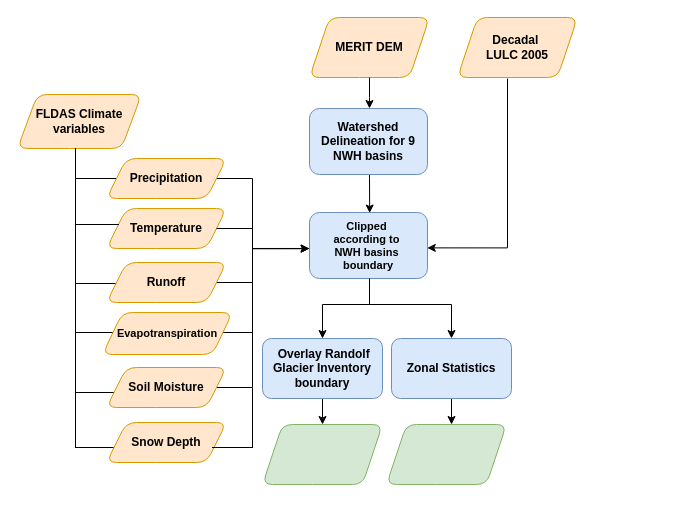
Above: NWH_Flowchart.drawio in rachitiirs/IIRS_WRD_JRF (draw.io), before the change. Source tidied: cells renumbered, new cells numbered last; positions are measured from the earlier drawing's top-left corner, leaving out a move shared by most shapes. Both pictures are drawn from the tidied source at 100%, with x=0, y=0 at pixel (17, 17).
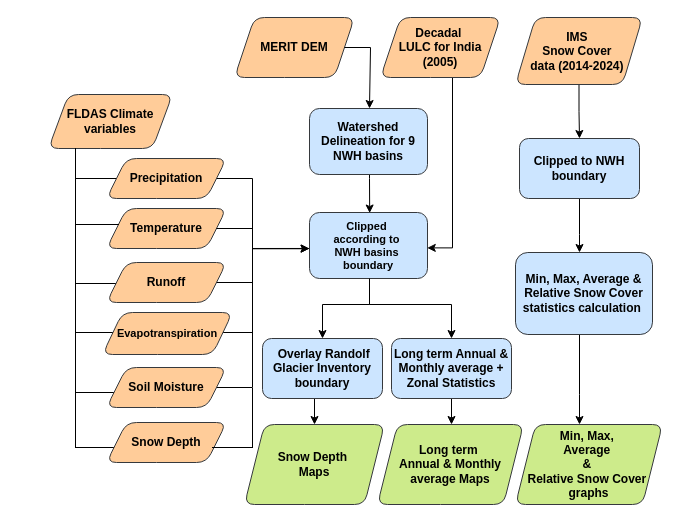
The same diagram, later.

Diff of the diagram source:
```diff
@@
-    <mxCell id="2" value="FLDAS Climate variables" style="shape=parallelogram;perimeter=parallelogramPerimeter;whiteSpace=wrap;html=1;fixedSize=1;rounded=1;glass=0;strokeWidth=1;shadow=0;fillColor=#ffe6cc;strokeColor=#d79b00;fontStyle=1;" parent="1" vertex="1">
-      <mxGeometry y="77" width="124" height="54" as="geometry" />
+    <mxCell id="2" value="FLDAS Climate variables" style="shape=parallelogram;perimeter=parallelogramPerimeter;whiteSpace=wrap;html=1;fixedSize=1;rounded=1;glass=0;strokeWidth=1;shadow=0;fillColor=#ffcc99;strokeColor=#36393d;fontStyle=1;" parent="1" vertex="1">
+      <mxGeometry x="31" y="77" width="124" height="54" as="geometry" />
     </mxCell>
@@
-    <mxCell id="5" value="Precipitation" style="shape=parallelogram;perimeter=parallelogramPerimeter;whiteSpace=wrap;html=1;fixedSize=1;rounded=1;glass=0;strokeWidth=1;shadow=0;fillColor=#ffe6cc;strokeColor=#d79b00;fontStyle=1;" parent="1" vertex="1">
+    <mxCell id="5" value="Precipitation" style="shape=parallelogram;perimeter=parallelogramPerimeter;whiteSpace=wrap;html=1;fixedSize=1;rounded=1;glass=0;strokeWidth=1;shadow=0;fillColor=#ffcc99;strokeColor=#36393d;fontStyle=1;" parent="1" vertex="1">
       <mxGeometry x="89" y="141" width="120" height="40" as="geometry" />
     </mxCell>
-    <mxCell id="6" value="Temperature" style="shape=parallelogram;perimeter=parallelogramPerimeter;whiteSpace=wrap;html=1;fixedSize=1;rounded=1;glass=0;strokeWidth=1;shadow=0;fillColor=#ffe6cc;strokeColor=#d79b00;fontStyle=1;" parent="1" vertex="1">
+    <mxCell id="6" value="Temperature" style="shape=parallelogram;perimeter=parallelogramPerimeter;whiteSpace=wrap;html=1;fixedSize=1;rounded=1;glass=0;strokeWidth=1;shadow=0;fillColor=#ffcc99;strokeColor=#36393d;fontStyle=1;" parent="1" vertex="1">
       <mxGeometry x="89" y="191" width="120" height="40" as="geometry" />
     </mxCell>
@@
-    <mxCell id="9" value="Runoff" style="shape=parallelogram;perimeter=parallelogramPerimeter;whiteSpace=wrap;html=1;fixedSize=1;rounded=1;glass=0;strokeWidth=1;shadow=0;fillColor=#ffe6cc;strokeColor=#d79b00;fontStyle=1;" parent="1" vertex="1">
+    <mxCell id="9" value="Runoff" style="shape=parallelogram;perimeter=parallelogramPerimeter;whiteSpace=wrap;html=1;fixedSize=1;rounded=1;glass=0;strokeWidth=1;shadow=0;fillColor=#ffcc99;strokeColor=#36393d;fontStyle=1;" parent="1" vertex="1">
       <mxGeometry x="89" y="245" width="120" height="40" as="geometry" />
     </mxCell>
@@
-    <mxCell id="12" value="&lt;font style=&quot;font-size: 11px;&quot;&gt;Evapotranspiration&lt;/font&gt;" style="shape=parallelogram;perimeter=parallelogramPerimeter;whiteSpace=wrap;html=1;fixedSize=1;rounded=1;glass=0;strokeWidth=1;shadow=0;fillColor=#ffe6cc;strokeColor=#d79b00;fontStyle=1;" parent="1" vertex="1">
+    <mxCell id="12" value="&lt;font style=&quot;font-size: 11px;&quot;&gt;Evapotranspiration&lt;/font&gt;" style="shape=parallelogram;perimeter=parallelogramPerimeter;whiteSpace=wrap;html=1;fixedSize=1;rounded=1;glass=0;strokeWidth=1;shadow=0;fillColor=#ffcc99;strokeColor=#36393d;fontStyle=1;" parent="1" vertex="1">
       <mxGeometry x="85" y="295" width="130" height="42" as="geometry" />
     </mxCell>
@@
-    <mxCell id="15" value="Soil Moisture" style="shape=parallelogram;perimeter=parallelogramPerimeter;whiteSpace=wrap;html=1;fixedSize=1;rounded=1;glass=0;strokeWidth=1;shadow=0;fillColor=#ffe6cc;strokeColor=#d79b00;fontStyle=1;" parent="1" vertex="1">
+    <mxCell id="15" value="Soil Moisture" style="shape=parallelogram;perimeter=parallelogramPerimeter;whiteSpace=wrap;html=1;fixedSize=1;rounded=1;glass=0;strokeWidth=1;shadow=0;fillColor=#ffcc99;strokeColor=#36393d;fontStyle=1;" parent="1" vertex="1">
       <mxGeometry x="89" y="350" width="120" height="40" as="geometry" />
     </mxCell>
@@
-    <mxCell id="19" style="shape=parallelogram;perimeter=parallelogramPerimeter;whiteSpace=wrap;html=1;fixedSize=1;rounded=1;glass=0;strokeWidth=1;shadow=0;fillColor=#d5e8d4;strokeColor=#82b366;fontStyle=1;" parent="1" vertex="1">
-      <mxGeometry x="369" y="407" width="120" height="60" as="geometry" />
+    <mxCell id="19" value="Long term&amp;nbsp;&lt;div&gt;Annual &amp;amp; Monthly average Maps&lt;/div&gt;" style="shape=parallelogram;perimeter=parallelogramPerimeter;whiteSpace=wrap;html=1;fixedSize=1;rounded=1;glass=0;strokeWidth=1;shadow=0;fillColor=#cdeb8b;strokeColor=#36393d;fontStyle=1;" parent="1" vertex="1">
+      <mxGeometry x="360" y="407" width="146" height="80" as="geometry" />
     </mxCell>
-    <mxCell id="20" style="edgeStyle=orthogonalEdgeStyle;rounded=0;jettySize=auto;html=1;entryX=0.542;entryY=0;entryDx=0;entryDy=0;entryPerimeter=0;fontStyle=1;" parent="1" edge="1" source="21" target="19">
-      <mxGeometry relative="1" as="geometry" />
-    </mxCell>
+    <mxCell id="37" style="edgeStyle=orthogonalEdgeStyle;rounded=0;jettySize=auto;html=1;" parent="1" edge="1" source="21">
+      <mxGeometry relative="1" as="geometry">
+        <mxPoint x="434" y="407" as="targetPoint" />
+        <Array as="points">
+          <mxPoint x="434" y="407" />
+        </Array>
+      </mxGeometry>
+    </mxCell>
-    <mxCell id="21" value="Zonal Statistics" style="whiteSpace=wrap;html=1;rounded=1;glass=0;strokeWidth=1;shadow=0;fillColor=#dae8fc;strokeColor=#6c8ebf;fontStyle=1;" parent="1" vertex="1">
+    <mxCell id="21" value="Long term Annual &amp;amp; Monthly average + Zonal Statistics" style="whiteSpace=wrap;html=1;rounded=1;glass=0;strokeWidth=1;shadow=0;fillColor=#cce5ff;strokeColor=#36393d;fontStyle=1;" parent="1" vertex="1">
       <mxGeometry x="374" y="321" width="120" height="60" as="geometry" />
     </mxCell>
@@
-    <mxCell id="23" value="Snow Depth" style="shape=parallelogram;perimeter=parallelogramPerimeter;whiteSpace=wrap;html=1;fixedSize=1;rounded=1;glass=0;strokeWidth=1;shadow=0;fillColor=#ffe6cc;strokeColor=#d79b00;fontStyle=1;" parent="1" vertex="1">
+    <mxCell id="23" value="Snow Depth" style="shape=parallelogram;perimeter=parallelogramPerimeter;whiteSpace=wrap;html=1;fixedSize=1;rounded=1;glass=0;strokeWidth=1;shadow=0;fillColor=#ffcc99;strokeColor=#36393d;fontStyle=1;" parent="1" vertex="1">
       <mxGeometry x="89" y="405" width="120" height="40" as="geometry" />
     </mxCell>
-    <mxCell id="24" style="edgeStyle=orthogonalEdgeStyle;rounded=0;jettySize=auto;html=1;entryX=0.998;entryY=0.536;entryDx=0;entryDy=0;entryPerimeter=0;fontStyle=1;" parent="1" edge="1" target="29">
+    <mxCell id="24" style="edgeStyle=orthogonalEdgeStyle;rounded=0;jettySize=auto;html=1;entryX=0.998;entryY=0.536;entryDx=0;entryDy=0;entryPerimeter=0;fontStyle=1;exitX=0.425;exitY=0.979;exitDx=0;exitDy=0;exitPerimeter=0;" parent="1" edge="1" source="33" target="29">
       <mxGeometry relative="1" as="geometry">
-        <mxPoint x="490" y="61" as="sourcePoint" />
         <Array as="points">
-          <mxPoint x="490" y="231" />
-          <mxPoint x="410" y="231" />
+          <mxPoint x="435" y="59" />
+          <mxPoint x="435" y="230" />
         </Array>
       </mxGeometry>
     </mxCell>
-    <mxCell id="25" style="shape=parallelogram;perimeter=parallelogramPerimeter;whiteSpace=wrap;html=1;fixedSize=1;rounded=1;glass=0;strokeWidth=1;shadow=0;fillColor=#d5e8d4;strokeColor=#82b366;fontStyle=1;" parent="1" vertex="1">
-      <mxGeometry x="245" y="407" width="120" height="60" as="geometry" />
+    <mxCell id="25" value="Snow Depth&amp;nbsp;&lt;div&gt;Maps&lt;/div&gt;" style="shape=parallelogram;perimeter=parallelogramPerimeter;whiteSpace=wrap;html=1;fixedSize=1;rounded=1;glass=0;strokeWidth=1;shadow=0;fillColor=#cdeb8b;strokeColor=#36393d;fontStyle=1;" parent="1" vertex="1">
+      <mxGeometry x="227" y="407" width="140" height="80" as="geometry" />
     </mxCell>
-    <mxCell id="26" value="&lt;div&gt;MERIT DEM&lt;/div&gt;" style="shape=parallelogram;perimeter=parallelogramPerimeter;whiteSpace=wrap;html=1;fixedSize=1;rounded=1;glass=0;strokeWidth=1;shadow=0;fillColor=#ffe6cc;strokeColor=#d79b00;fontStyle=1;" parent="1" vertex="1">
-      <mxGeometry x="292" width="120" height="60" as="geometry" />
+    <mxCell id="26" value="&lt;div&gt;MERIT DEM&lt;/div&gt;" style="shape=parallelogram;perimeter=parallelogramPerimeter;whiteSpace=wrap;html=1;fixedSize=1;rounded=1;glass=0;strokeWidth=1;shadow=0;fillColor=#ffcc99;strokeColor=#36393d;fontStyle=1;" parent="1" vertex="1">
+      <mxGeometry x="217" width="120" height="60" as="geometry" />
     </mxCell>
     <mxCell id="27" style="edgeStyle=orthogonalEdgeStyle;rounded=0;jettySize=auto;html=1;entryX=0.592;entryY=-0.067;entryDx=0;entryDy=0;entryPerimeter=0;fontStyle=1;" parent="1" edge="1" source="26">
       <mxGeometry relative="1" as="geometry">
         <mxPoint x="352" y="91" as="targetPoint" />
+        <Array as="points">
+          <mxPoint x="353" y="30" />
+          <mxPoint x="353" y="91" />
+        </Array>
       </mxGeometry>
     </mxCell>
-    <mxCell id="28" value="Watershed Delineation for 9 NWH basins" style="rounded=1;whiteSpace=wrap;html=1;fontSize=12;glass=0;strokeWidth=1;shadow=0;fillColor=#dae8fc;strokeColor=#6c8ebf;fontStyle=1;" parent="1" vertex="1">
+    <mxCell id="28" value="Watershed Delineation for 9 NWH basins" style="rounded=1;whiteSpace=wrap;html=1;fontSize=12;glass=0;strokeWidth=1;shadow=0;fillColor=#cce5ff;strokeColor=#36393d;fontStyle=1;" parent="1" vertex="1">
       <mxGeometry x="292" y="91" width="118" height="66" as="geometry" />
     </mxCell>
-    <mxCell id="29" value="&lt;font style=&quot;font-size: 11px;&quot;&gt;Clipped&amp;nbsp;&lt;/font&gt;&lt;div style=&quot;font-size: 11px;&quot;&gt;according to&amp;nbsp;&lt;/div&gt;&lt;div style=&quot;font-size: 11px;&quot;&gt;NWH basins&amp;nbsp;&lt;/div&gt;&lt;div style=&quot;font-size: 11px;&quot;&gt;boundary&lt;/div&gt;" style="rounded=1;whiteSpace=wrap;html=1;fontSize=12;glass=0;strokeWidth=1;shadow=0;fillColor=#dae8fc;strokeColor=#6c8ebf;fontStyle=1;" parent="1" vertex="1">
+    <mxCell id="29" value="&lt;font style=&quot;font-size: 11px;&quot;&gt;Clipped&amp;nbsp;&lt;/font&gt;&lt;div style=&quot;font-size: 11px;&quot;&gt;according to&amp;nbsp;&lt;/div&gt;&lt;div style=&quot;font-size: 11px;&quot;&gt;NWH basins&amp;nbsp;&lt;/div&gt;&lt;div style=&quot;font-size: 11px;&quot;&gt;boundary&lt;/div&gt;" style="rounded=1;whiteSpace=wrap;html=1;fontSize=12;glass=0;strokeWidth=1;shadow=0;fillColor=#cce5ff;strokeColor=#36393d;fontStyle=1;" parent="1" vertex="1">
       <mxGeometry x="292" y="195" width="118" height="66" as="geometry" />
     </mxCell>
@@
-    <mxCell id="32" value="&amp;nbsp;Overlay Randolf Glacier Inventory boundary" style="whiteSpace=wrap;html=1;rounded=1;glass=0;strokeWidth=1;shadow=0;fillColor=#dae8fc;strokeColor=#6c8ebf;fontStyle=1;" parent="1" vertex="1">
+    <mxCell id="32" value="&amp;nbsp;Overlay Randolf Glacier Inventory boundary" style="whiteSpace=wrap;html=1;rounded=1;glass=0;strokeWidth=1;shadow=0;fillColor=#cce5ff;strokeColor=#36393d;fontStyle=1;" parent="1" vertex="1">
       <mxGeometry x="245" y="321" width="120" height="60" as="geometry" />
     </mxCell>
-    <mxCell id="33" value="Decadal&amp;nbsp;&lt;div&gt;LULC 2005&lt;/div&gt;" style="shape=parallelogram;perimeter=parallelogramPerimeter;whiteSpace=wrap;html=1;fixedSize=1;rounded=1;glass=0;strokeWidth=1;shadow=0;fillColor=#ffe6cc;strokeColor=#d79b00;fontStyle=1;" parent="1" vertex="1">
-      <mxGeometry x="440" width="120" height="60" as="geometry" />
+    <mxCell id="33" value="&lt;div&gt;Decadal&amp;nbsp;&lt;/div&gt;&lt;div&gt;LULC for India (2005)&lt;/div&gt;" style="shape=parallelogram;perimeter=parallelogramPerimeter;whiteSpace=wrap;html=1;fixedSize=1;rounded=1;glass=0;strokeWidth=1;shadow=0;fillColor=#ffcc99;strokeColor=#36393d;fontStyle=1;" parent="1" vertex="1">
+      <mxGeometry x="363" width="120" height="60" as="geometry" />
     </mxCell>
@@
+    <mxCell id="38" style="edgeStyle=orthogonalEdgeStyle;rounded=0;jettySize=auto;html=1;" parent="1" edge="1" source="39" target="41">
+      <mxGeometry relative="1" as="geometry" />
+    </mxCell>
+    <mxCell id="39" value="&lt;div&gt;IMS&amp;nbsp;&lt;/div&gt;&lt;div&gt;Snow Cover&amp;nbsp;&lt;/div&gt;&lt;div&gt;data (2014-2024)&amp;nbsp;&lt;/div&gt;" style="shape=parallelogram;perimeter=parallelogramPerimeter;whiteSpace=wrap;html=1;fixedSize=1;rounded=1;glass=0;strokeWidth=1;shadow=0;fillColor=#ffcc99;strokeColor=#36393d;fontStyle=1;" parent="1" vertex="1">
+      <mxGeometry x="498" width="127" height="67" as="geometry" />
+    </mxCell>
+    <mxCell id="40" style="edgeStyle=orthogonalEdgeStyle;rounded=0;jettySize=auto;html=1;" parent="1" edge="1" source="41" target="43">
+      <mxGeometry relative="1" as="geometry">
+        <Array as="points">
+          <mxPoint x="562" y="217" />
+          <mxPoint x="562" y="217" />
+        </Array>
+      </mxGeometry>
+    </mxCell>
+    <mxCell id="41" value="Clipped to NWH boundary" style="whiteSpace=wrap;html=1;fillColor=#cce5ff;strokeColor=#36393d;rounded=1;glass=0;strokeWidth=1;shadow=0;fontStyle=1;" parent="1" vertex="1">
+      <mxGeometry x="502" y="121" width="120" height="60" as="geometry" />
+    </mxCell>
+    <mxCell id="42" style="edgeStyle=orthogonalEdgeStyle;rounded=0;jettySize=auto;html=1;" parent="1" edge="1" source="43" target="44">
+      <mxGeometry relative="1" as="geometry">
+        <Array as="points">
+          <mxPoint x="562" y="377" />
+          <mxPoint x="562" y="377" />
+        </Array>
+      </mxGeometry>
+    </mxCell>
+    <mxCell id="43" value="Min, Max, Average &amp;amp; Relative Snow Cover statistics calculation&amp;nbsp;" style="whiteSpace=wrap;html=1;fillColor=#cce5ff;strokeColor=#36393d;rounded=1;glass=0;strokeWidth=1;shadow=0;fontStyle=1;" parent="1" vertex="1">
+      <mxGeometry x="498" y="235" width="137" height="82" as="geometry" />
+    </mxCell>
+    <mxCell id="44" value="Min, Max,&amp;nbsp;&lt;div&gt;Average&amp;nbsp;&lt;div&gt;&amp;amp;&amp;nbsp;&lt;/div&gt;&lt;div&gt;Relative&amp;nbsp;&lt;span style=&quot;background-color: initial;&quot;&gt;Snow Cover&amp;nbsp;&lt;/span&gt;&lt;/div&gt;&lt;div&gt;graphs&lt;/div&gt;&lt;/div&gt;" style="shape=parallelogram;perimeter=parallelogramPerimeter;whiteSpace=wrap;html=1;fixedSize=1;fillColor=#cdeb8b;strokeColor=#36393d;rounded=1;glass=0;strokeWidth=1;shadow=0;fontStyle=1;" parent="1" vertex="1">
+      <mxGeometry x="498" y="407" width="147" height="80" as="geometry" />
+    </mxCell>
```
